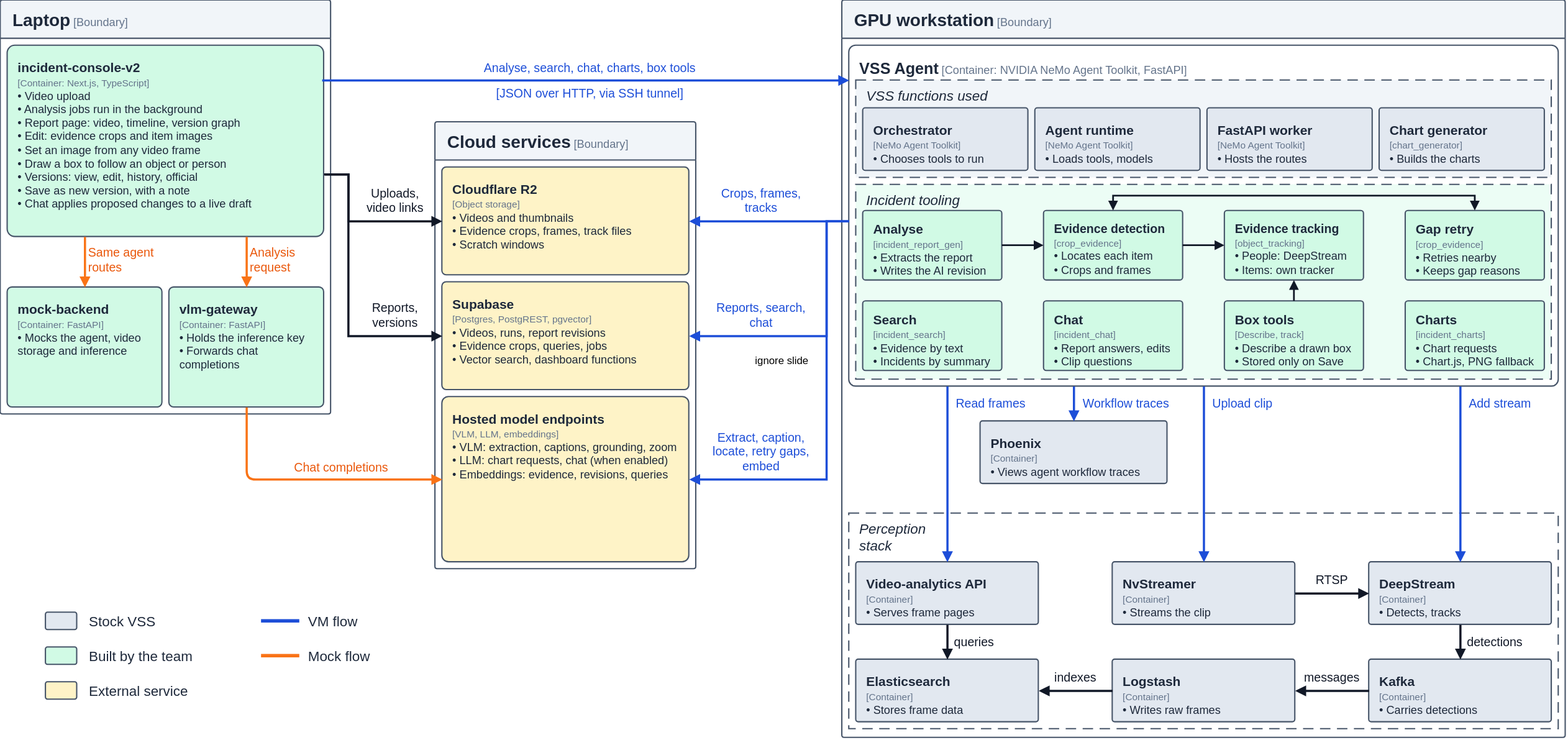
Earlier version of the draw.io export deploy/docker/developer-profiles/dev-profile-incident/.docs/figures/figure-2-containers.drawio.svg (Danwidj/video-search-and-summarization). Source tidied: cells renumbered, new cells last; positions are measured from the earlier drawing's top-left corner, leaving out a move shared by most shapes.
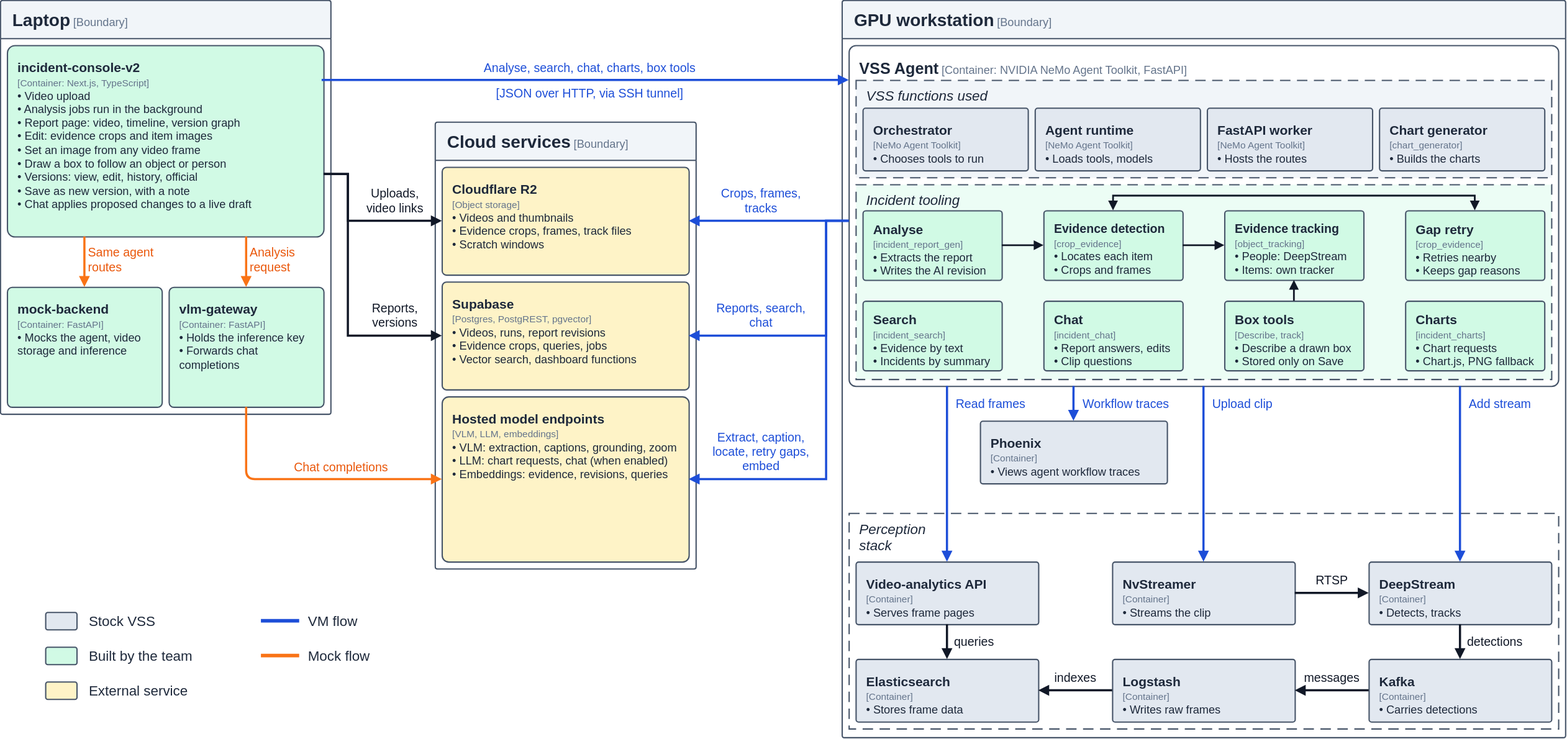
After the change.

Commit message:
docs(incident): update containers figure

What changed in the source:
```diff
@@ -2,9 +2,6 @@
   <root>
     <mxCell id="0" />
     <mxCell id="1" parent="0" />
-    <mxCell id="2" value="ignore slide&amp;nbsp;" style="rounded=0;html=1;fillColor=none;strokeColor=none;" parent="1" vertex="1">
-      <mxGeometry width="1800" height="830" as="geometry" />
-    </mxCell>
     <mxCell id="3" value="&lt;b&gt;&lt;font style='font-size:20px'&gt;Laptop&lt;/font&gt;&lt;/b&gt; &lt;font style='font-size:13px;color:#64748B'&gt;[Boundary]&lt;/font&gt;" style="swimlane;startSize=44;html=1;align=left;spacingLeft=12;rounded=1;arcSize=2;fontColor=#1E293B;fontStyle=0;fillColor=#F1F5F9;strokeColor=#475569;strokeWidth=1.5;fontFamily=Helvetica;" parent="1" vertex="1">
       <mxGeometry width="380" height="476" as="geometry" />
     </mxCell>
```
